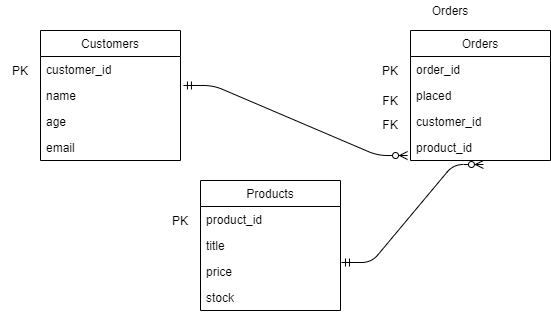
Before: erd.png, a diagram exported from draw.io (Srobertson81/QAGitmysql). Source tidied: cells renumbered, new cells last; positions are measured from the earlier drawing's top-left corner, leaving out a move shared by most shapes. Source of this version:
```xml
<mxGraphModel>
  <root>
    <mxCell id="0" />
    <mxCell id="1" parent="0" />
    <mxCell id="2" value="Orders" style="text;html=1;strokeColor=none;fillColor=none;align=center;verticalAlign=middle;whiteSpace=wrap;rounded=0;" parent="1" vertex="1">
      <mxGeometry x="410" width="80" height="20" as="geometry" />
    </mxCell>
    <mxCell id="3" value="Customers" style="swimlane;fontStyle=0;horizontal=1;startSize=26;" parent="1" vertex="1">
      <mxGeometry x="40" y="30" width="140" height="130" as="geometry" />
    </mxCell>
    <mxCell id="4" value="customer_id" style="text;strokeColor=none;fillColor=none;align=left;verticalAlign=top;spacingLeft=4;spacingRight=4;overflow=hidden;" parent="3" vertex="1">
      <mxGeometry y="26" width="140" height="26" as="geometry" />
    </mxCell>
    <mxCell id="5" value="name" style="text;strokeColor=none;fillColor=none;align=left;verticalAlign=top;spacingLeft=4;spacingRight=4;overflow=hidden;points=[[0,0.5],[1,0.5]];portConstraint=eastwest;" parent="3" vertex="1">
      <mxGeometry y="52" width="140" height="26" as="geometry" />
    </mxCell>
    <mxCell id="6" value="age" style="text;strokeColor=none;fillColor=none;align=left;verticalAlign=top;spacingLeft=4;spacingRight=4;overflow=hidden;" parent="3" vertex="1">
      <mxGeometry y="78" width="140" height="26" as="geometry" />
    </mxCell>
    <mxCell id="7" value="email" style="text;strokeColor=none;fillColor=none;align=left;verticalAlign=top;spacingLeft=4;spacingRight=4;overflow=hidden;" parent="3" vertex="1">
      <mxGeometry y="104" width="140" height="26" as="geometry" />
    </mxCell>
    <mxCell id="8" value="Products" style="swimlane;fontStyle=0;horizontal=1;startSize=26;" parent="1" vertex="1">
      <mxGeometry x="200" y="180" width="140" height="130" as="geometry" />
    </mxCell>
    <mxCell id="9" value="product_id" style="text;strokeColor=none;fillColor=none;align=left;verticalAlign=top;spacingLeft=4;spacingRight=4;overflow=hidden;" parent="8" vertex="1">
      <mxGeometry y="26" width="140" height="26" as="geometry" />
    </mxCell>
    <mxCell id="10" value="title" style="text;strokeColor=none;fillColor=none;align=left;verticalAlign=top;spacingLeft=4;spacingRight=4;overflow=hidden;" parent="8" vertex="1">
      <mxGeometry y="52" width="140" height="26" as="geometry" />
    </mxCell>
    <mxCell id="11" value="price" style="text;strokeColor=none;fillColor=none;align=left;verticalAlign=top;spacingLeft=4;spacingRight=4;overflow=hidden;points=[[0,0.5],[1,0.5]];portConstraint=eastwest;" parent="8" vertex="1">
      <mxGeometry y="78" width="140" height="26" as="geometry" />
    </mxCell>
    <mxCell id="12" value="stock" style="text;strokeColor=none;fillColor=none;align=left;verticalAlign=top;spacingLeft=4;spacingRight=4;overflow=hidden;points=[[0,0.5],[1,0.5]];portConstraint=eastwest;" parent="8" vertex="1">
      <mxGeometry y="104" width="140" height="26" as="geometry" />
    </mxCell>
    <mxCell id="13" value="Orders" style="swimlane;fontStyle=0;horizontal=1;startSize=26;" parent="1" vertex="1">
      <mxGeometry x="410" y="30" width="140" height="130" as="geometry" />
    </mxCell>
    <mxCell id="14" value="order_id" style="text;strokeColor=none;fillColor=none;align=left;verticalAlign=top;spacingLeft=4;spacingRight=4;overflow=hidden;" parent="13" vertex="1">
      <mxGeometry y="26" width="140" height="26" as="geometry" />
    </mxCell>
    <mxCell id="15" value="placed" style="text;strokeColor=none;fillColor=none;align=left;verticalAlign=top;spacingLeft=4;spacingRight=4;overflow=hidden;" parent="13" vertex="1">
      <mxGeometry y="52" width="140" height="26" as="geometry" />
    </mxCell>
    <mxCell id="16" value="customer_id" style="text;strokeColor=none;fillColor=none;align=left;verticalAlign=top;spacingLeft=4;spacingRight=4;overflow=hidden;" parent="13" vertex="1">
      <mxGeometry y="78" width="140" height="26" as="geometry" />
    </mxCell>
    <mxCell id="17" value="product_id" style="text;strokeColor=none;fillColor=none;align=left;verticalAlign=top;spacingLeft=4;spacingRight=4;overflow=hidden;points=[[0,0.5],[1,0.5]];portConstraint=eastwest;" parent="13" vertex="1">
      <mxGeometry y="104" width="140" height="26" as="geometry" />
    </mxCell>
    <mxCell id="18" value="PK" style="text;html=1;strokeColor=none;fillColor=none;align=center;verticalAlign=middle;whiteSpace=wrap;rounded=0;" parent="1" vertex="1">
      <mxGeometry y="60" width="40" height="20" as="geometry" />
    </mxCell>
    <mxCell id="19" value="PK" style="text;html=1;strokeColor=none;fillColor=none;align=center;verticalAlign=middle;whiteSpace=wrap;rounded=0;" parent="1" vertex="1">
      <mxGeometry x="160" y="210" width="40" height="20" as="geometry" />
    </mxCell>
    <mxCell id="20" value="PK" style="text;html=1;strokeColor=none;fillColor=none;align=center;verticalAlign=middle;whiteSpace=wrap;rounded=0;" parent="1" vertex="1">
      <mxGeometry x="370" y="60" width="40" height="20" as="geometry" />
    </mxCell>
    <mxCell id="21" value="FK" style="text;html=1;strokeColor=none;fillColor=none;align=center;verticalAlign=middle;whiteSpace=wrap;rounded=0;" parent="1" vertex="1">
      <mxGeometry x="370" y="90" width="40" height="20" as="geometry" />
    </mxCell>
    <mxCell id="22" value="FK" style="text;html=1;strokeColor=none;fillColor=none;align=center;verticalAlign=middle;whiteSpace=wrap;rounded=0;" parent="1" vertex="1">
      <mxGeometry x="370" y="114" width="40" height="20" as="geometry" />
    </mxCell>
    <mxCell id="23" style="edgeStyle=entityRelationEdgeStyle;fontSize=12;html=1;endArrow=ERzeroToMany;startArrow=ERmandOne;entryX=-0.021;entryY=0.808;entryDx=0;entryDy=0;entryPerimeter=0;exitX=1.021;exitY=0.115;exitDx=0;exitDy=0;exitPerimeter=0;" parent="1" edge="1" source="5" target="17">
      <mxGeometry relative="1" as="geometry" />
    </mxCell>
    <mxCell id="24" style="edgeStyle=entityRelationEdgeStyle;fontSize=12;html=1;endArrow=ERzeroToMany;startArrow=ERmandOne;exitX=1.007;exitY=0.154;exitDx=0;exitDy=0;exitPerimeter=0;entryX=0.521;entryY=1.154;entryDx=0;entryDy=0;entryPerimeter=0;" parent="1" edge="1" source="11" target="17">
      <mxGeometry relative="1" as="geometry" />
    </mxCell>
  </root>
</mxGraphModel>
```
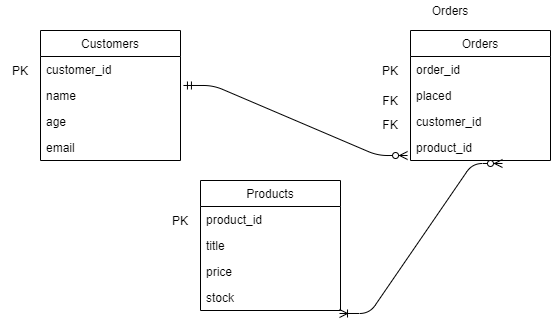
Above is the later version.

Commit message:
Corrected relationship in erd

Change to the diagram source:
```diff
@@ -68,8 +68,8 @@
     <mxCell id="23" style="edgeStyle=entityRelationEdgeStyle;fontSize=12;html=1;endArrow=ERzeroToMany;startArrow=ERmandOne;entryX=-0.021;entryY=0.808;entryDx=0;entryDy=0;entryPerimeter=0;exitX=1.021;exitY=0.115;exitDx=0;exitDy=0;exitPerimeter=0;" parent="1" edge="1" source="5" target="17">
       <mxGeometry relative="1" as="geometry" />
     </mxCell>
-    <mxCell id="24" style="edgeStyle=entityRelationEdgeStyle;fontSize=12;html=1;endArrow=ERzeroToMany;startArrow=ERmandOne;exitX=1.007;exitY=0.154;exitDx=0;exitDy=0;exitPerimeter=0;entryX=0.521;entryY=1.154;entryDx=0;entryDy=0;entryPerimeter=0;" parent="1" edge="1" source="11" target="17">
-      <mxGeometry relative="1" as="geometry" />
-    </mxCell>
+    <mxCell id="25" style="edgeStyle=entityRelationEdgeStyle;fontSize=12;html=1;endArrow=ERoneToMany;startArrow=ERzeroToMany;exitX=0.657;exitY=1.115;exitDx=0;exitDy=0;exitPerimeter=0;entryX=0.993;entryY=1.115;entryDx=0;entryDy=0;entryPerimeter=0;" parent="1" edge="1" source="17" target="12">
+      <mxGeometry relative="1" as="geometry" />
+    </mxCell>
   </root>
 </mxGraphModel>
```
